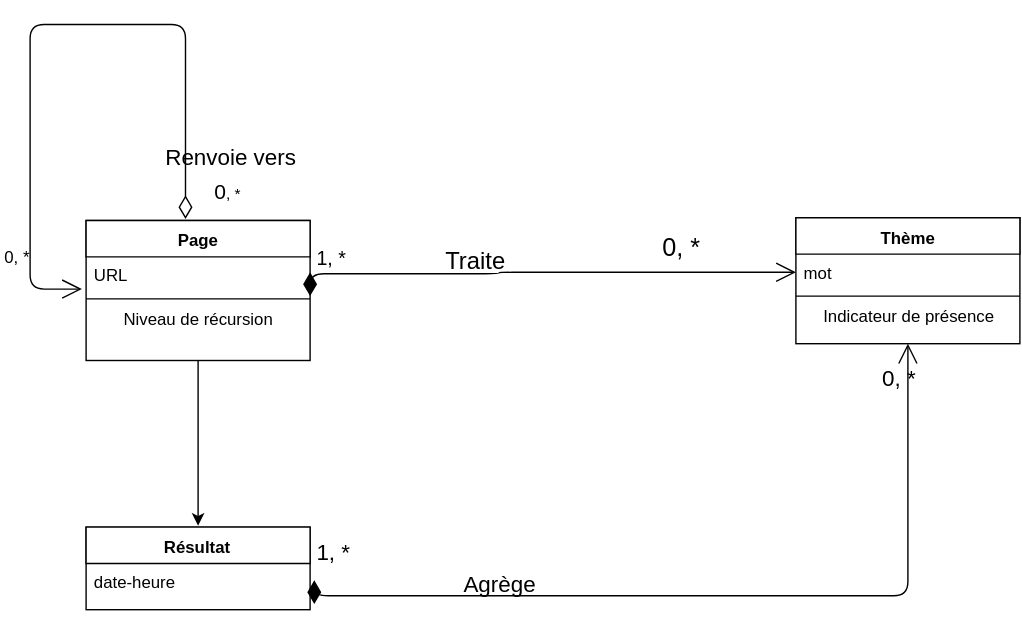
Before: 29-04/Classes.svg, a diagram exported from draw.io (Zeriuno/crawler). Source tidied: cells renumbered, new cells last; positions are measured from the earlier drawing's top-left corner, leaving out a move shared by most shapes.
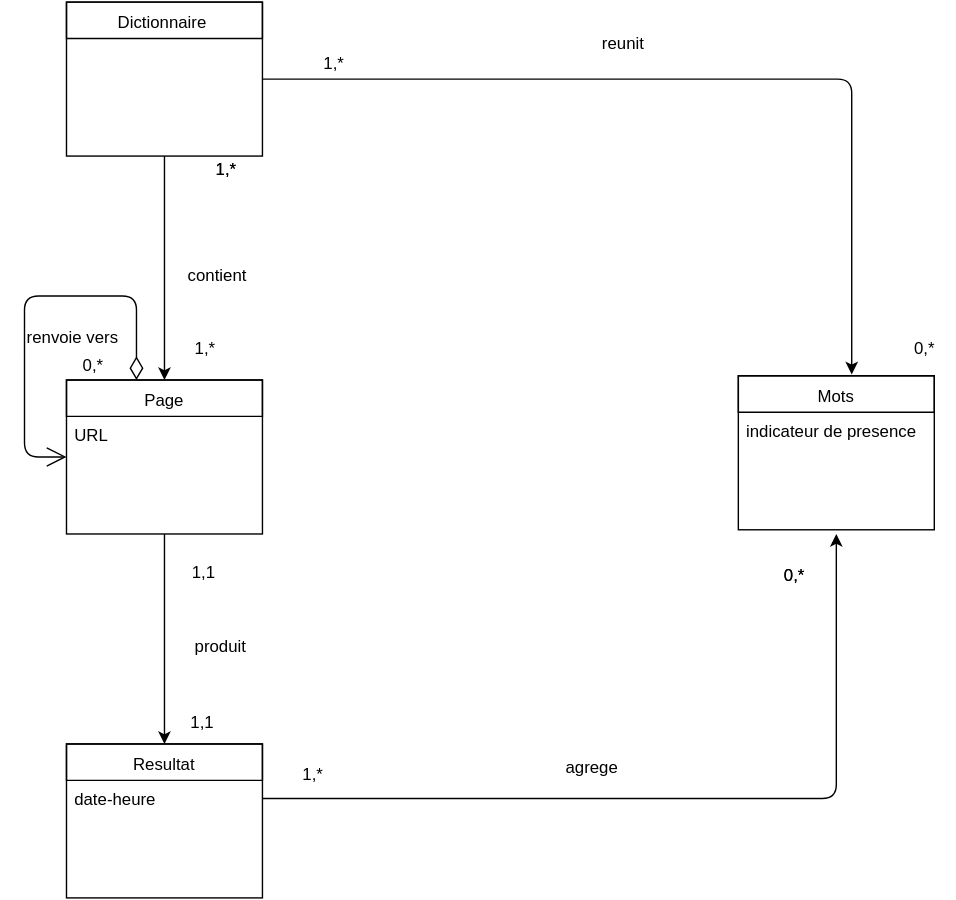
The same diagram one commit later.

Commit message:
Nouvelles classes

The edit, as a diff of the source:
```diff
@@ -2,84 +2,99 @@
   <root>
     <mxCell id="0" />
     <mxCell id="1" parent="0" />
-    <mxCell id="2" value="Page&lt;br&gt;&lt;br&gt;" style="swimlane;html=1;fontStyle=1;align=center;verticalAlign=top;horizontal=1;startSize=26;swimlaneFillColor=#ffffff;" parent="1" vertex="1">
-      <mxGeometry x="60" y="140" width="160" height="100" as="geometry" />
-    </mxCell>
-    <mxCell id="3" value="URL" style="text;html=1;strokeColor=none;fillColor=none;align=left;verticalAlign=top;spacingLeft=4;spacingRight=4;whiteSpace=wrap;overflow=hidden;points=[[0,0.5],[1,0.5]];portConstraint=eastwest;" parent="2" vertex="1">
-      <mxGeometry y="26" width="160" height="26" as="geometry" />
-    </mxCell>
-    <mxCell id="4" value="&lt;font style=&quot;font-size: 15px&quot;&gt;0&lt;/font&gt;, *&lt;br&gt;" style="endArrow=open;html=1;endSize=12;startArrow=diamondThin;startSize=14;startFill=0;edgeStyle=orthogonalEdgeStyle;align=left;verticalAlign=bottom;exitX=0.444;exitY=-0.011;exitPerimeter=0;entryX=-0.019;entryY=0.885;entryPerimeter=0;" parent="2" edge="1" source="2" target="3">
-      <mxGeometry x="-0.96" y="-19" relative="1" as="geometry">
-        <Array as="points">
-          <mxPoint x="71" y="-140" />
-          <mxPoint x="-40" y="-140" />
-          <mxPoint x="-40" y="49" />
-        </Array>
-      </mxGeometry>
-    </mxCell>
-    <mxCell id="5" style="line;html=1;strokeWidth=1;fillColor=none;align=left;verticalAlign=middle;spacingTop=-1;spacingLeft=3;spacingRight=3;labelPosition=right;" parent="2" vertex="1">
-      <mxGeometry y="52" width="160" height="8" as="geometry" />
-    </mxCell>
-    <mxCell id="6" value="Niveau de récursion&lt;br&gt;" style="text;html=1;strokeColor=none;fillColor=none;align=center;verticalAlign=middle;whiteSpace=wrap;overflow=hidden;" parent="2" vertex="1">
-      <mxGeometry y="60" width="160" height="20" as="geometry" />
-    </mxCell>
+    <mxCell id="22" value="1,*" style="text;html=1;align=left;verticalAlign=top;spacingTop=-4;" parent="1" vertex="1">
+      <mxGeometry x="165" y="128" width="30" height="20" as="geometry" />
+    </mxCell>
+    <mxCell id="23" style="edgeStyle=orthogonalEdgeStyle;rounded=1;html=1;entryX=0.5;entryY=0;jettySize=auto;" parent="1" edge="1" source="7" target="9">
+      <mxGeometry x="140" y="420" as="geometry" />
+    </mxCell>
-    <mxCell id="7" value="Thème" style="swimlane;html=1;fontStyle=1;align=center;verticalAlign=top;horizontal=1;startSize=26;swimlaneFillColor=#ffffff;" parent="1" vertex="1">
-      <mxGeometry x="567" y="138" width="160" height="90" as="geometry" />
+    <mxCell id="7" value="Page" style="swimlane;html=1;fontStyle=0;horizontal=1;startSize=26;fillColor=none;swimlaneFillColor=#ffffff;" parent="1" vertex="1">
+      <mxGeometry x="60" y="288" width="140" height="110" as="geometry" />
     </mxCell>
-    <mxCell id="8" value="mot" style="text;html=1;strokeColor=none;fillColor=none;align=left;verticalAlign=top;spacingLeft=4;spacingRight=4;whiteSpace=wrap;overflow=hidden;points=[[0,0.5],[1,0.5]];portConstraint=eastwest;" parent="7" vertex="1">
-      <mxGeometry y="26" width="160" height="26" as="geometry" />
+    <mxCell id="8" value="URL" style="text;html=1;strokeColor=none;fillColor=none;align=left;verticalAlign=top;spacingLeft=4;spacingRight=4;whiteSpace=wrap;overflow=hidden;points=[[0,0.5],[1,0.5]];portConstraint=eastwest;" parent="7" vertex="1">
+      <mxGeometry y="26" width="140" height="26" as="geometry" />
     </mxCell>
-    <mxCell id="9" style="line;html=1;strokeWidth=1;fillColor=none;align=left;verticalAlign=middle;spacingTop=-1;spacingLeft=3;spacingRight=3;labelPosition=right;points=[];portConstraint=eastwest;" parent="7" vertex="1">
-      <mxGeometry y="52" width="160" height="8" as="geometry" />
+    <mxCell id="9" value="Resultat" style="swimlane;html=1;fontStyle=0;horizontal=1;startSize=26;fillColor=none;swimlaneFillColor=#ffffff;" parent="1" vertex="1">
+      <mxGeometry x="60" y="548" width="140" height="110" as="geometry" />
     </mxCell>
-    <mxCell id="10" value="Indicateur de présence&lt;br&gt;" style="text;html=1;strokeColor=none;fillColor=none;align=center;verticalAlign=middle;whiteSpace=wrap;overflow=hidden;" parent="7" vertex="1">
-      <mxGeometry y="60" width="160" height="20" as="geometry" />
-    </mxCell>
+    <mxCell id="24" value="date-heure" style="text;html=1;strokeColor=none;fillColor=none;align=left;verticalAlign=top;spacingLeft=4;spacingRight=4;whiteSpace=wrap;overflow=hidden;points=[[0,0.5],[1,0.5]];portConstraint=eastwest;" parent="9" vertex="1">
+      <mxGeometry y="26" width="140" height="26" as="geometry" />
+    </mxCell>
-    <mxCell id="11" value="&lt;font style=&quot;font-size: 14px&quot;&gt;1, *&lt;br&gt;&lt;/font&gt;" style="endArrow=open;html=1;endSize=12;startArrow=diamondThin;startSize=14;startFill=1;edgeStyle=orthogonalEdgeStyle;align=left;verticalAlign=bottom;entryX=0;entryY=0.5;" parent="1" edge="1" target="8">
-      <mxGeometry x="-1" y="3" relative="1" as="geometry">
-        <mxPoint x="220" y="177" as="sourcePoint" />
-        <Array as="points">
-          <mxPoint x="355" y="178" />
-          <mxPoint x="355" y="177" />
-        </Array>
+    <mxCell id="11" style="edgeStyle=orthogonalEdgeStyle;rounded=1;html=1;jettySize=auto;" parent="1" edge="1" source="24">
+      <mxGeometry x="210" y="420" as="geometry">
+        <mxPoint x="610" y="398" as="targetPoint" />
       </mxGeometry>
     </mxCell>
+    <mxCell id="25" value="1,*" style="text;html=1;align=left;verticalAlign=top;spacingTop=-4;" parent="1" vertex="1">
+      <mxGeometry x="227" y="560" width="30" height="20" as="geometry" />
+    </mxCell>
-    <mxCell id="12" value="&lt;font style=&quot;font-size: 17px&quot;&gt;Traite&lt;/font&gt;" style="text;html=1;align=left;verticalAlign=top;spacingTop=-4;" parent="1" vertex="1">
-      <mxGeometry x="315" y="157" width="60" height="20" as="geometry" />
+    <mxCell id="12" value="0,*" style="text;html=1;align=left;verticalAlign=top;spacingTop=-4;" parent="1" vertex="1">
+      <mxGeometry x="571" y="418" width="30" height="20" as="geometry" />
     </mxCell>
-    <mxCell id="13" value="&lt;font style=&quot;font-size: 18px&quot;&gt;0, *&lt;/font&gt;&lt;br&gt;" style="text;html=1;align=left;verticalAlign=top;spacingTop=-4;" parent="1" vertex="1">
-      <mxGeometry x="470" y="147" width="40" height="20" as="geometry" />
+    <mxCell id="13" value="agrege" style="text;html=1;align=left;verticalAlign=top;spacingTop=-4;" parent="1" vertex="1">
+      <mxGeometry x="415" y="555" width="50" height="20" as="geometry" />
     </mxCell>
-    <mxCell id="14" value="&lt;font style=&quot;font-size: 16px&quot;&gt;Renvoie vers&lt;/font&gt;&lt;br&gt;" style="text;html=1;align=left;verticalAlign=top;spacingTop=-4;" parent="1" vertex="1">
-      <mxGeometry x="115" y="83" width="110" height="20" as="geometry" />
-    </mxCell>
+    <mxCell id="26" style="edgeStyle=orthogonalEdgeStyle;rounded=1;html=1;jettySize=auto;" parent="1" edge="1" source="4" target="7">
+      <mxGeometry x="140" y="150" as="geometry" />
+    </mxCell>
+    <mxCell id="27" style="edgeStyle=orthogonalEdgeStyle;rounded=1;html=1;entryX=0.579;entryY=-0.009;entryPerimeter=0;jettySize=auto;" parent="1" edge="1" source="4" target="31">
+      <mxGeometry relative="1" as="geometry" />
+    </mxCell>
+    <mxCell id="4" value="Dictionnaire" style="swimlane;html=1;fontStyle=0;horizontal=1;startSize=26;fillColor=none;swimlaneFillColor=#ffffff;" parent="1" vertex="1">
+      <mxGeometry x="60" y="18" width="140" height="110" as="geometry" />
+    </mxCell>
+    <mxCell id="28" style="endArrow=open;html=1;endSize=12;startArrow=diamondThin;startSize=14;startFill=0;edgeStyle=orthogonalEdgeStyle;align=left;verticalAlign=bottom;" parent="1" edge="1">
+      <mxGeometry x="40" y="250" as="geometry">
+        <mxPoint x="110" y="288" as="sourcePoint" />
+        <mxPoint x="60" y="343" as="targetPoint" />
+        <Array as="points">
+          <mxPoint x="110" y="228" />
+          <mxPoint x="30" y="228" />
+          <mxPoint x="30" y="343" />
+        </Array>
+      </mxGeometry>
+    </mxCell>
-    <mxCell id="15" value="0, *&lt;br&gt;" style="text;html=1;align=left;verticalAlign=top;spacingTop=-4;" parent="1" vertex="1">
-      <mxGeometry y="157" width="30" height="20" as="geometry" />
+    <mxCell id="15" value="0,*" style="text;html=1;align=left;verticalAlign=top;spacingTop=-4;" parent="1" vertex="1">
+      <mxGeometry x="70" y="268" width="30" height="20" as="geometry" />
     </mxCell>
+    <mxCell id="10" value="renvoie vers&amp;nbsp;" style="text;html=1;align=left;verticalAlign=top;spacingTop=-4;" parent="1" vertex="1">
+      <mxGeometry x="30" y="248" width="90" height="20" as="geometry" />
+    </mxCell>
-    <mxCell id="16" value="Résultat" style="swimlane;html=1;fontStyle=1;align=center;verticalAlign=top;horizontal=1;startSize=26;swimlaneFillColor=#ffffff;" parent="1" vertex="1">
-      <mxGeometry x="60" y="359" width="160" height="59" as="geometry" />
+    <mxCell id="16" value="1,*" style="text;html=1;align=left;verticalAlign=top;spacingTop=-4;" parent="1" vertex="1">
+      <mxGeometry x="150" y="256" width="30" height="20" as="geometry" />
     </mxCell>
-    <mxCell id="17" value="date-heure" style="text;html=1;strokeColor=none;fillColor=none;align=left;verticalAlign=top;spacingLeft=4;spacingRight=4;whiteSpace=wrap;overflow=hidden;points=[[0,0.5],[1,0.5]];portConstraint=eastwest;" parent="16" vertex="1">
-      <mxGeometry y="26" width="160" height="26" as="geometry" />
+    <mxCell id="17" value="1,*" style="text;html=1;points=[];align=left;verticalAlign=top;spacingTop=-4;" parent="1" vertex="1">
+      <mxGeometry x="165" y="128" width="30" height="20" as="geometry" />
     </mxCell>
+    <mxCell id="29" value="contient" style="text;html=1;align=left;verticalAlign=top;spacingTop=-4;" parent="1" vertex="1">
+      <mxGeometry x="145" y="204" width="60" height="20" as="geometry" />
+    </mxCell>
+    <mxCell id="30" value="1,1" style="text;html=1;align=left;verticalAlign=top;spacingTop=-4;" parent="1" vertex="1">
+      <mxGeometry x="148" y="416" width="30" height="20" as="geometry" />
+    </mxCell>
-    <mxCell id="18" style="endArrow=classic;html=1;exitX=0.5;exitY=1;" parent="1" edge="1" source="2">
-      <mxGeometry relative="1" as="geometry">
-        <mxPoint x="140" y="358" as="targetPoint" />
-      </mxGeometry>
+    <mxCell id="18" value="1,1" style="text;html=1;align=left;verticalAlign=top;spacingTop=-4;" parent="1" vertex="1">
+      <mxGeometry x="147" y="523" width="30" height="20" as="geometry" />
     </mxCell>
-    <mxCell id="19" value="&lt;font style=&quot;font-size: 16px&quot;&gt;1, *&lt;/font&gt;&lt;br&gt;" style="endArrow=open;html=1;endSize=12;startArrow=diamondThin;startSize=14;startFill=1;edgeStyle=orthogonalEdgeStyle;align=left;verticalAlign=bottom;entryX=0.5;entryY=1;exitX=1.019;exitY=1.115;exitPerimeter=0;" parent="1" edge="1" source="17" target="7">
-      <mxGeometry x="-0.98" y="20" relative="1" as="geometry">
-        <Array as="points">
-          <mxPoint x="223" y="408" />
-          <mxPoint x="647" y="408" />
-        </Array>
-      </mxGeometry>
-    </mxCell>
-    <mxCell id="20" value="&lt;font style=&quot;font-size: 16px&quot;&gt;Agrège&lt;/font&gt;" style="text;html=1;align=left;verticalAlign=top;spacingTop=-4;" parent="1" vertex="1">
-      <mxGeometry x="328" y="388" width="70" height="20" as="geometry" />
-    </mxCell>
-    <mxCell id="21" value="&lt;font style=&quot;font-size: 16px&quot;&gt;0, *&lt;br&gt;&lt;/font&gt;" style="text;html=1;align=left;verticalAlign=top;spacingTop=-4;" parent="1" vertex="1">
-      <mxGeometry x="627" y="241" width="40" height="20" as="geometry" />
-    </mxCell>
+    <mxCell id="31" value="Mots" style="swimlane;html=1;fontStyle=0;horizontal=1;startSize=26;fillColor=none;swimlaneFillColor=#ffffff;" parent="1" vertex="1">
+      <mxGeometry x="540" y="285" width="140" height="110" as="geometry" />
+    </mxCell>
+    <mxCell id="32" value="indicateur de presence" style="text;html=1;strokeColor=none;fillColor=none;align=left;verticalAlign=top;spacingLeft=4;spacingRight=4;whiteSpace=wrap;overflow=hidden;" parent="31" vertex="1">
+      <mxGeometry y="26" width="140" height="26" as="geometry" />
+    </mxCell>
+    <mxCell id="33" value="0,*" style="text;html=1;align=left;verticalAlign=top;spacingTop=-4;" parent="1" vertex="1">
+      <mxGeometry x="571" y="418" width="30" height="20" as="geometry" />
+    </mxCell>
+    <mxCell id="34" value="0,*" style="text;html=1;align=left;verticalAlign=top;spacingTop=-4;" parent="1" vertex="1">
+      <mxGeometry x="664" y="256" width="30" height="20" as="geometry" />
+    </mxCell>
+    <mxCell id="35" value="1,*" style="text;html=1;align=left;verticalAlign=top;spacingTop=-4;" parent="1" vertex="1">
+      <mxGeometry x="242" y="52" width="30" height="20" as="geometry" />
+    </mxCell>
+    <mxCell id="36" value="produit" style="text;html=1;align=left;verticalAlign=top;spacingTop=-4;" parent="1" vertex="1">
+      <mxGeometry x="150" y="469" width="50" height="20" as="geometry" />
+    </mxCell>
+    <mxCell id="37" value="reunit" style="text;html=1;align=left;verticalAlign=top;spacingTop=-4;" parent="1" vertex="1">
+      <mxGeometry x="441" y="38" width="50" height="20" as="geometry" />
+    </mxCell>
   </root>
 </mxGraphModel>
```
